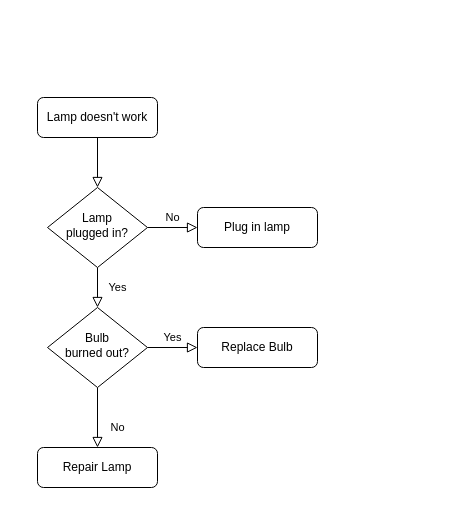
The draw.io diagram Final.drawio in K2ayzz/ForDrawIO, before the edit. Source tidied: cells renumbered, new cells numbered last; positions are measured from the earlier drawing's top-left corner, leaving out a move shared by most shapes. Both pictures are drawn from the tidied source at 100%, with x=0, y=0 at pixel (37, 97).
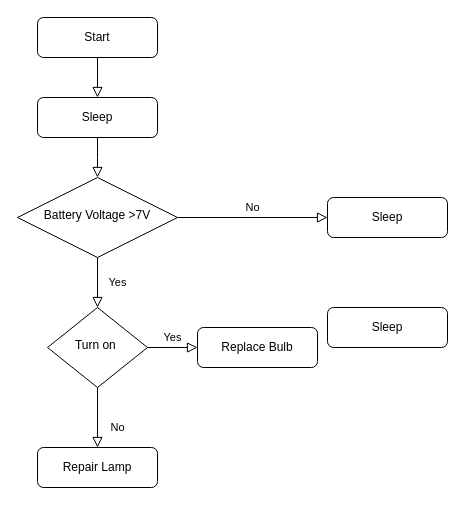
The same diagram, later.

Commit message (it also covers changes not shown here):
Cập nhật Final.drawio

Diff of the diagram source:
```diff
@@
 <mxGraphModel>
   <root>
     <mxCell id="0" />
     <mxCell id="1" parent="0" />
-    <mxCell id="2" style="rounded=0;html=1;jettySize=auto;fontSize=11;endArrow=block;endFill=0;endSize=8;strokeWidth=1;shadow=0;labelBackgroundColor=none;edgeStyle=orthogonalEdgeStyle;" parent="1" edge="1" source="3" target="6">
+    <mxCell id="2" style="rounded=0;html=1;jettySize=auto;fontSize=11;endArrow=block;endFill=0;endSize=8;strokeWidth=1;shadow=0;labelBackgroundColor=none;edgeStyle=orthogonalEdgeStyle;entryX=0.5;entryY=0;entryDx=0;entryDy=0;" parent="1" edge="1" source="3" target="14">
       <mxGeometry relative="1" as="geometry" />
     </mxCell>
-    <mxCell id="3" value="Lamp doesn't work" style="rounded=1;whiteSpace=wrap;html=1;fontSize=12;glass=0;strokeWidth=1;shadow=0;" parent="1" vertex="1">
-      <mxGeometry width="120" height="40" as="geometry" />
+    <mxCell id="3" value="Start" style="rounded=1;whiteSpace=wrap;html=1;fontSize=12;glass=0;strokeWidth=1;shadow=0;" parent="1" vertex="1">
+      <mxGeometry y="-80" width="120" height="40" as="geometry" />
     </mxCell>
     <mxCell id="4" value="Yes" style="rounded=0;html=1;jettySize=auto;fontSize=11;endArrow=block;endFill=0;endSize=8;strokeWidth=1;shadow=0;labelBackgroundColor=none;edgeStyle=orthogonalEdgeStyle;" parent="1" edge="1" source="6" target="10">
       <mxGeometry y="20" relative="1" as="geometry" />
     </mxCell>
     <mxCell id="5" value="No" style="edgeStyle=orthogonalEdgeStyle;rounded=0;html=1;jettySize=auto;fontSize=11;endArrow=block;endFill=0;endSize=8;strokeWidth=1;shadow=0;labelBackgroundColor=none;" parent="1" edge="1" source="6" target="7">
       <mxGeometry y="10" relative="1" as="geometry" />
     </mxCell>
-    <mxCell id="6" value="Lamp&lt;br&gt;plugged in?" style="rhombus;whiteSpace=wrap;html=1;shadow=0;fontFamily=Helvetica;fontSize=12;align=center;strokeWidth=1;spacing=6;spacingTop=-4;" parent="1" vertex="1">
-      <mxGeometry x="10" y="90" width="100" height="80" as="geometry" />
+    <mxCell id="6" value="Battery Voltage &amp;gt;7V" style="rhombus;whiteSpace=wrap;html=1;shadow=0;fontFamily=Helvetica;fontSize=12;align=center;strokeWidth=1;spacing=6;spacingTop=-4;" parent="1" vertex="1">
+      <mxGeometry x="-20" y="80" width="160" height="80" as="geometry" />
     </mxCell>
-    <mxCell id="7" value="Plug in lamp" style="rounded=1;whiteSpace=wrap;html=1;fontSize=12;glass=0;strokeWidth=1;shadow=0;" parent="1" vertex="1">
-      <mxGeometry x="160" y="110" width="120" height="40" as="geometry" />
+    <mxCell id="7" value="Sleep" style="rounded=1;whiteSpace=wrap;html=1;fontSize=12;glass=0;strokeWidth=1;shadow=0;" parent="1" vertex="1">
+      <mxGeometry x="290" y="100" width="120" height="40" as="geometry" />
     </mxCell>
     <mxCell id="8" value="No" style="rounded=0;html=1;jettySize=auto;fontSize=11;endArrow=block;endFill=0;endSize=8;strokeWidth=1;shadow=0;labelBackgroundColor=none;edgeStyle=orthogonalEdgeStyle;" parent="1" edge="1" source="10" target="11">
       <mxGeometry x="0.33" y="20" relative="1" as="geometry" />
     </mxCell>
     <mxCell id="9" value="Yes" style="edgeStyle=orthogonalEdgeStyle;rounded=0;html=1;jettySize=auto;fontSize=11;endArrow=block;endFill=0;endSize=8;strokeWidth=1;shadow=0;labelBackgroundColor=none;" parent="1" edge="1" source="10" target="12">
       <mxGeometry y="10" relative="1" as="geometry" />
     </mxCell>
-    <mxCell id="10" value="Bulb&lt;br&gt;burned out?" style="rhombus;whiteSpace=wrap;html=1;shadow=0;fontFamily=Helvetica;fontSize=12;align=center;strokeWidth=1;spacing=6;spacingTop=-4;" parent="1" vertex="1">
+    <mxCell id="10" value="Turn on&amp;nbsp;" style="rhombus;whiteSpace=wrap;html=1;shadow=0;fontFamily=Helvetica;fontSize=12;align=center;strokeWidth=1;spacing=6;spacingTop=-4;" parent="1" vertex="1">
       <mxGeometry x="10" y="210" width="100" height="80" as="geometry" />
     </mxCell>
     <mxCell id="11" value="Repair Lamp" style="rounded=1;whiteSpace=wrap;html=1;fontSize=12;glass=0;strokeWidth=1;shadow=0;" parent="1" vertex="1">
       <mxGeometry y="350" width="120" height="40" as="geometry" />
     </mxCell>
     <mxCell id="12" value="Replace Bulb" style="rounded=1;whiteSpace=wrap;html=1;fontSize=12;glass=0;strokeWidth=1;shadow=0;" parent="1" vertex="1">
       <mxGeometry x="160" y="230" width="120" height="40" as="geometry" />
     </mxCell>
+    <mxCell id="13" value="Sleep" style="rounded=1;whiteSpace=wrap;html=1;fontSize=12;glass=0;strokeWidth=1;shadow=0;" parent="1" vertex="1">
+      <mxGeometry x="290" y="210" width="120" height="40" as="geometry" />
+    </mxCell>
+    <mxCell id="14" value="Sleep" style="rounded=1;whiteSpace=wrap;html=1;fontSize=12;glass=0;strokeWidth=1;shadow=0;" parent="1" vertex="1">
+      <mxGeometry width="120" height="40" as="geometry" />
+    </mxCell>
+    <mxCell id="15" style="rounded=0;html=1;jettySize=auto;fontSize=11;endArrow=block;endFill=0;endSize=8;strokeWidth=1;shadow=0;labelBackgroundColor=none;edgeStyle=orthogonalEdgeStyle;exitX=0.5;exitY=1;exitDx=0;exitDy=0;entryX=0.5;entryY=0;entryDx=0;entryDy=0;" parent="1" edge="1" source="14" target="6">
+      <mxGeometry relative="1" as="geometry">
+        <Array as="points">
+          <mxPoint x="60" y="60" />
+          <mxPoint x="60" y="60" />
+        </Array>
+      </mxGeometry>
+    </mxCell>
   </root>
 </mxGraphModel>
```
